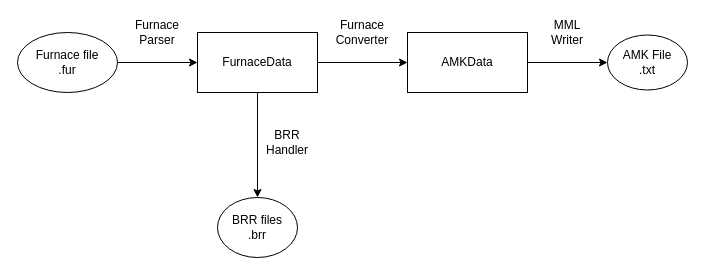
Before: doc/fur2amk.drawio in schematuna/fur2amk, a draw.io diagram. Source tidied: cells renumbered, new cells numbered last; positions are measured from the earlier drawing's top-left corner, leaving out a move shared by most shapes. Both pictures are drawn from the tidied source at 100%, with x=0, y=0 at pixel (17, 17).
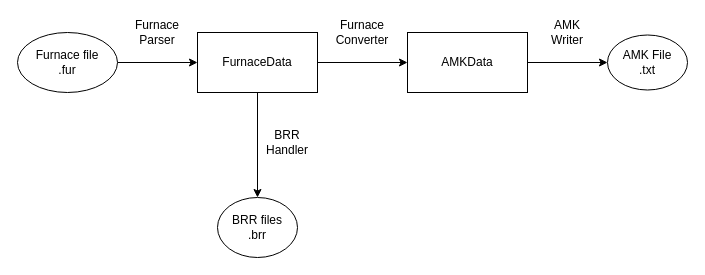
The same page after the edit.

Commit message (it also covers changes not shown here):
Update arch diagram

The edit, as a diff of the source:
```diff
@@
 <mxGraphModel>
   <root>
     <mxCell id="0" />
     <mxCell id="1" parent="0" />
     <mxCell id="2" style="edgeStyle=orthogonalEdgeStyle;rounded=0;jettySize=auto;html=1;" parent="1" edge="1" source="3" target="6">
       <mxGeometry relative="1" as="geometry" />
     </mxCell>
     <mxCell id="3" value="&lt;div&gt;Furnace file&lt;/div&gt;&lt;div&gt;.fur&lt;/div&gt;" style="ellipse;whiteSpace=wrap;html=1;" parent="1" vertex="1">
       <mxGeometry y="15" width="100" height="60" as="geometry" />
     </mxCell>
     <mxCell id="4" style="edgeStyle=orthogonalEdgeStyle;rounded=0;jettySize=auto;html=1;" parent="1" edge="1" source="6" target="9">
       <mxGeometry relative="1" as="geometry" />
     </mxCell>
     <mxCell id="5" style="edgeStyle=orthogonalEdgeStyle;rounded=0;jettySize=auto;html=1;" parent="1" edge="1" source="6" target="13">
       <mxGeometry relative="1" as="geometry" />
     </mxCell>
     <mxCell id="6" value="&lt;div&gt;FurnaceData&lt;/div&gt;" style="whiteSpace=wrap;html=1;" parent="1" vertex="1">
       <mxGeometry x="180" y="15" width="120" height="60" as="geometry" />
     </mxCell>
     <mxCell id="7" value="&lt;div&gt;Furnace Parser&lt;/div&gt;" style="text;html=1;whiteSpace=wrap;strokeColor=none;fillColor=none;align=center;verticalAlign=middle;rounded=0;" parent="1" vertex="1">
       <mxGeometry x="110" width="60" height="30" as="geometry" />
     </mxCell>
     <mxCell id="8" style="edgeStyle=orthogonalEdgeStyle;rounded=0;jettySize=auto;html=1;" parent="1" edge="1" source="9" target="11">
       <mxGeometry relative="1" as="geometry" />
     </mxCell>
     <mxCell id="9" value="AMKData" style="whiteSpace=wrap;html=1;" parent="1" vertex="1">
       <mxGeometry x="390" y="15" width="120" height="60" as="geometry" />
     </mxCell>
     <mxCell id="10" value="&lt;div&gt;Furnace&lt;/div&gt;&lt;div&gt;Converter&lt;/div&gt;" style="text;html=1;whiteSpace=wrap;strokeColor=none;fillColor=none;align=center;verticalAlign=middle;rounded=0;" parent="1" vertex="1">
       <mxGeometry x="315" width="60" height="30" as="geometry" />
     </mxCell>
     <mxCell id="11" value="&lt;div&gt;AMK File&lt;/div&gt;&lt;div&gt;.txt&lt;/div&gt;" style="ellipse;whiteSpace=wrap;html=1;" parent="1" vertex="1">
       <mxGeometry x="590" y="17.5" width="80" height="55" as="geometry" />
     </mxCell>
-    <mxCell id="12" value="&lt;div&gt;MML&lt;/div&gt;&lt;div&gt;Writer&lt;/div&gt;" style="text;html=1;whiteSpace=wrap;strokeColor=none;fillColor=none;align=center;verticalAlign=middle;rounded=0;" parent="1" vertex="1">
+    <mxCell id="12" value="&lt;div&gt;AMK&lt;/div&gt;&lt;div&gt;Writer&lt;/div&gt;" style="text;html=1;whiteSpace=wrap;strokeColor=none;fillColor=none;align=center;verticalAlign=middle;rounded=0;" parent="1" vertex="1">
       <mxGeometry x="520" width="60" height="30" as="geometry" />
     </mxCell>
     <mxCell id="13" value="&lt;div&gt;BRR files&lt;/div&gt;&lt;div&gt;.brr&lt;/div&gt;" style="ellipse;whiteSpace=wrap;html=1;" parent="1" vertex="1">
       <mxGeometry x="200" y="180" width="80" height="60" as="geometry" />
     </mxCell>
     <mxCell id="14" value="&lt;div&gt;BRR&lt;/div&gt;&lt;div&gt;Handler&lt;/div&gt;" style="text;html=1;whiteSpace=wrap;strokeColor=none;fillColor=none;align=center;verticalAlign=middle;rounded=0;" parent="1" vertex="1">
       <mxGeometry x="240" y="110" width="60" height="30" as="geometry" />
     </mxCell>
   </root>
 </mxGraphModel>
```
